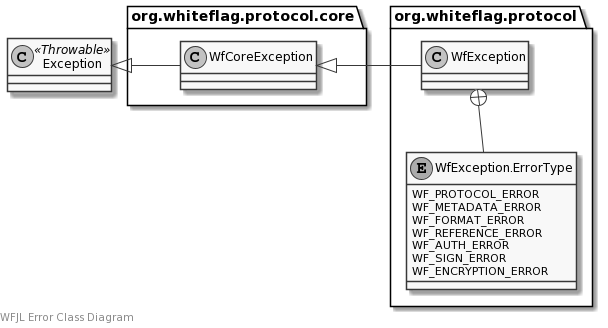
Before: docs/uml/errors.png, a diagram exported from PlantUML (WhiteflagProtocol/whiteflag-java).
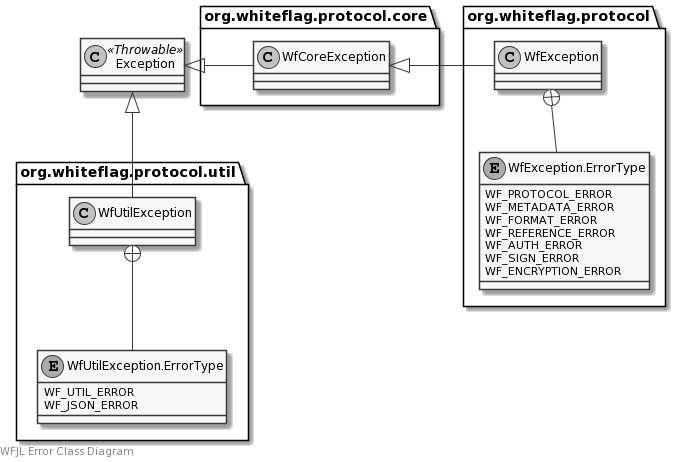
Above is the later version.

Change to the diagram source:
```diff
@@ -8,6 +8,17 @@
 package org.whiteflag.protocol.core {
     class WfCoreException
 }
+Exception <|- WfCoreException
+
+package org.whiteflag.protocol.util {
+    class WfUtilException
+    enum WfUtilException.ErrorType {
+        WF_UTIL_ERROR
+        WF_JSON_ERROR
+    }
+    WfUtilException +-- WfUtilException.ErrorType
+}
+Exception <|-- WfUtilException
 
 package org.whiteflag.protocol {
     class WfException
@@ -20,9 +31,7 @@
         WF_SIGN_ERROR
         WF_ENCRYPTION_ERROR
     }
+    WfException +-- WfException.ErrorType
 }
-
-Exception <|- WfCoreException
 WfCoreException <|- WfException
-WfException +-- WfException.ErrorType
 @enduml
```
